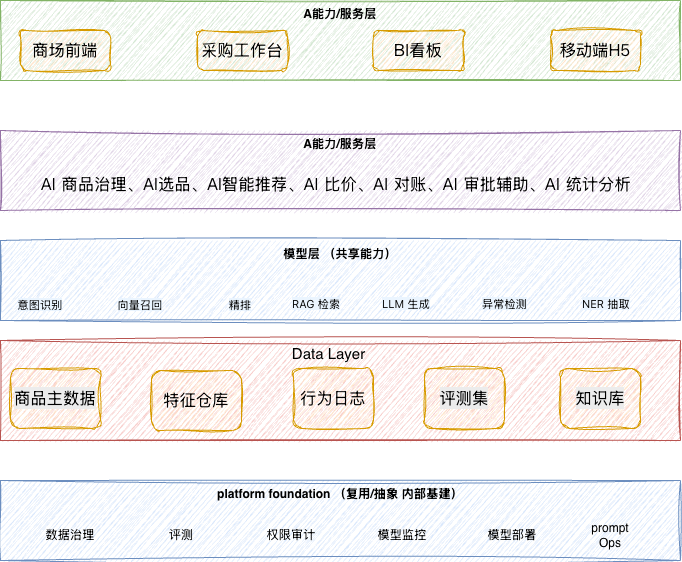
Before: 保利-AI 专项总体蓝图.drawio.png, a diagram exported from draw.io (China-li-bai/draw). Source tidied: cells renumbered, new cells last; positions are measured from the earlier drawing's top-left corner, leaving out a move shared by most shapes.
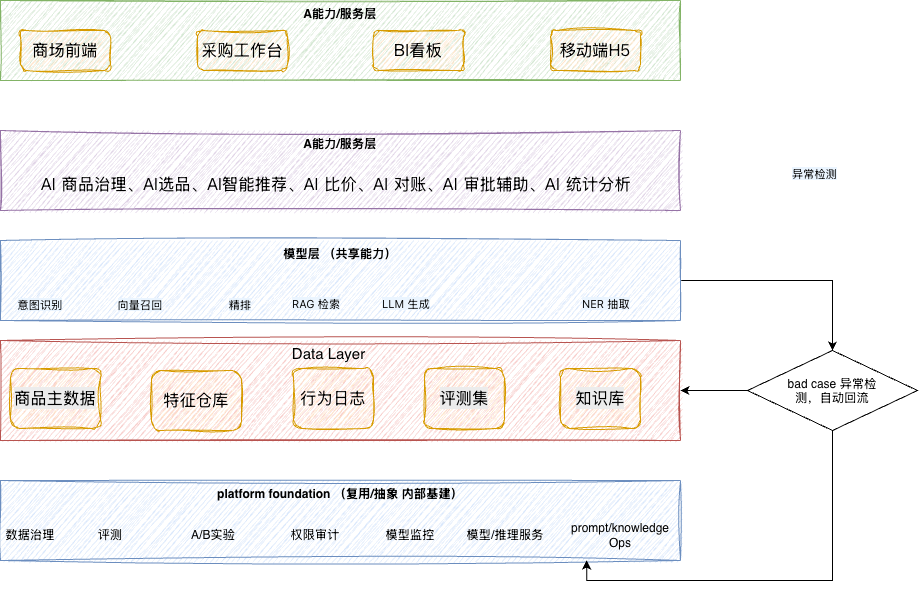
Above is the later version.

Commit message:
更新保利-AI 专项总体蓝图.drawio.png

Change to the diagram source:
```diff
@@ -18,19 +18,19 @@
       <mxGeometry y="480" width="680" height="80" as="geometry" />
     </mxCell>
     <mxCell id="7" value="数据治理&lt;span style=&quot;color: rgba(0, 0, 0, 0); font-family: monospace; font-size: 0px; text-align: start; white-space: nowrap;&quot;&gt;%3CmxGraphModel%3E%3Croot%3E%3CmxCell%20id%3D%220%22%2F%3E%3CmxCell%20id%3D%221%22%20parent%3D%220%22%2F%3E%3CmxCell%20id%3D%222%22%20parent%3D%221%22%20style%3D%22rounded%3D1%3BwhiteSpace%3Dwrap%3Bhtml%3D1%3B%22%20value%3D%22%22%20vertex%3D%221%22%3E%3CmxGeometry%20height%3D%2260%22%20width%3D%22120%22%20x%3D%22110%22%20y%3D%22720%22%20as%3D%22geometry%22%2F%3E%3C%2FmxCell%3E%3C%2Froot%3E%3C%2FmxGraphModel%3E&lt;/span&gt;" style="text;html=1;whiteSpace=wrap;strokeColor=none;fillColor=none;align=center;verticalAlign=middle;rounded=0;" parent="1" vertex="1">
-      <mxGeometry x="40" y="520" width="60" height="30" as="geometry" />
+      <mxGeometry y="520" width="60" height="30" as="geometry" />
     </mxCell>
     <mxCell id="8" value="评测" style="text;html=1;whiteSpace=wrap;strokeColor=none;fillColor=none;align=center;verticalAlign=middle;rounded=0;" parent="1" vertex="1">
-      <mxGeometry x="151" y="520" width="60" height="30" as="geometry" />
+      <mxGeometry x="80" y="520" width="60" height="30" as="geometry" />
     </mxCell>
     <mxCell id="9" value="权限审计" style="text;html=1;whiteSpace=wrap;strokeColor=none;fillColor=none;align=center;verticalAlign=middle;rounded=0;" parent="1" vertex="1">
-      <mxGeometry x="261" y="520" width="60" height="30" as="geometry" />
+      <mxGeometry x="285" y="520" width="60" height="30" as="geometry" />
     </mxCell>
     <mxCell id="10" value="模型监控" style="text;html=1;whiteSpace=wrap;strokeColor=none;fillColor=none;align=center;verticalAlign=middle;rounded=0;" parent="1" vertex="1">
-      <mxGeometry x="372" y="520" width="60" height="30" as="geometry" />
+      <mxGeometry x="380" y="520" width="60" height="30" as="geometry" />
     </mxCell>
-    <mxCell id="11" value="模型部署" style="text;html=1;whiteSpace=wrap;strokeColor=none;fillColor=none;align=center;verticalAlign=middle;rounded=0;" parent="1" vertex="1">
-      <mxGeometry x="482" y="520" width="60" height="30" as="geometry" />
+    <mxCell id="11" value="模型/推理服务" style="text;html=1;whiteSpace=wrap;strokeColor=none;fillColor=none;align=center;verticalAlign=middle;rounded=0;" parent="1" vertex="1">
+      <mxGeometry x="460" y="520" width="90" height="30" as="geometry" />
     </mxCell>
     <mxCell id="12" value="&lt;meta charset=&quot;utf-8&quot;&gt;&lt;span style=&quot;color: rgb(0, 0, 0); font-family: 宋体; font-size: 16px; font-style: normal; font-variant-ligatures: normal; font-variant-caps: normal; font-weight: 400; letter-spacing: normal; orphans: 2; text-align: justify; text-indent: 32px; text-transform: none; widows: 2; word-spacing: 0px; -webkit-text-stroke-width: 0px; white-space: normal; background-color: rgb(236, 236, 236); text-decoration-thickness: initial; text-decoration-style: initial; text-decoration-color: initial; display: inline !important; float: none;&quot;&gt;评测集&lt;/span&gt;" style="rounded=1;whiteSpace=wrap;html=1;fillColor=#ffe6cc;strokeColor=#d79b00;sketch=1;curveFitting=1;jiggle=2;" parent="1" vertex="1">
       <mxGeometry x="424" y="368" width="80" height="60" as="geometry" />
@@ -38,12 +38,15 @@
     <mxCell id="13" value="&lt;span style=&quot;color: rgb(0, 0, 0); font-family: 宋体; font-size: 16px; font-style: normal; font-variant-ligatures: normal; font-variant-caps: normal; font-weight: 400; letter-spacing: normal; orphans: 2; text-align: justify; text-indent: 32px; text-transform: none; widows: 2; word-spacing: 0px; -webkit-text-stroke-width: 0px; white-space: normal; background-color: rgb(236, 236, 236); text-decoration-thickness: initial; text-decoration-style: initial; text-decoration-color: initial; float: none; display: inline !important;&quot;&gt;知识库&lt;/span&gt;" style="rounded=1;whiteSpace=wrap;html=1;fillColor=#ffe6cc;strokeColor=#d79b00;sketch=1;curveFitting=1;jiggle=2;" parent="1" vertex="1">
       <mxGeometry x="560" y="368" width="80" height="60" as="geometry" />
     </mxCell>
-    <mxCell id="14" value="prompt Ops" style="text;html=1;whiteSpace=wrap;strokeColor=none;fillColor=none;align=center;verticalAlign=middle;rounded=0;" parent="1" vertex="1">
-      <mxGeometry x="580" y="520" width="60" height="30" as="geometry" />
+    <mxCell id="14" value="prompt/knowledge Ops" style="text;html=1;whiteSpace=wrap;strokeColor=none;fillColor=none;align=center;verticalAlign=middle;rounded=0;" parent="1" vertex="1">
+      <mxGeometry x="560" y="520" width="120" height="30" as="geometry" />
     </mxCell>
     <mxCell id="15" value="&lt;font style=&quot;font-size: 15px;&quot;&gt;Data Layer&lt;/font&gt;" style="text;html=1;whiteSpace=wrap;strokeColor=none;fillColor=none;align=center;verticalAlign=middle;rounded=0;" parent="1" vertex="1">
       <mxGeometry x="257.5" y="338" width="141" height="30" as="geometry" />
     </mxCell>
+    <mxCell id="31" style="edgeStyle=orthogonalEdgeStyle;rounded=0;jettySize=auto;html=1;entryX=0.5;entryY=0;entryDx=0;entryDy=0;" parent="1" edge="1" source="16" target="34">
+      <mxGeometry relative="1" as="geometry" />
+    </mxCell>
     <mxCell id="16" value="模型层 （共享能力）" style="rounded=0;whiteSpace=wrap;html=1;verticalAlign=top;fontStyle=1;sketch=1;curveFitting=1;jiggle=2;fillColor=#dae8fc;strokeColor=#6c8ebf;" parent="1" vertex="1">
       <mxGeometry y="240" width="680" height="80" as="geometry" />
     </mxCell>
@@ -60,7 +63,7 @@
       <mxGeometry x="580" y="290" width="100" height="40" as="geometry" />
     </mxCell>
     <mxCell id="21" value="&lt;span style=&quot;color: rgb(13, 13, 13); font-family: -apple-system, &amp;quot;system-ui&amp;quot;, &amp;quot;PingFang SC&amp;quot;, &amp;quot;Hiragino Sans GB&amp;quot;, &amp;quot;Hiragino Sans&amp;quot;, &amp;quot;SF Pro Text&amp;quot;, system-ui, &amp;quot;Noto Sans SC&amp;quot;, &amp;quot;Helvetica Neue&amp;quot;, Helvetica, Arial, sans-serif; font-style: normal; font-variant-ligatures: normal; font-variant-caps: normal; letter-spacing: normal; orphans: 2; text-align: start; text-indent: 0px; text-transform: none; widows: 2; word-spacing: 0px; -webkit-text-stroke-width: 0px; white-space: pre-line; background-color: rgb(235, 245, 255); text-decoration-thickness: initial; text-decoration-style: initial; text-decoration-color: initial; float: none; display: inline !important;&quot;&gt;异常检测&lt;/span&gt;" style="text;whiteSpace=wrap;html=1;fontStyle=0;fontSize=11;" parent="1" vertex="1">
-      <mxGeometry x="480" y="290" width="100" height="40" as="geometry" />
+      <mxGeometry x="790" y="160" width="100" height="40" as="geometry" />
     </mxCell>
     <mxCell id="22" value="&lt;span style=&quot;color: rgb(13, 13, 13); font-family: -apple-system, &amp;quot;system-ui&amp;quot;, &amp;quot;PingFang SC&amp;quot;, &amp;quot;Hiragino Sans GB&amp;quot;, &amp;quot;Hiragino Sans&amp;quot;, &amp;quot;SF Pro Text&amp;quot;, system-ui, &amp;quot;Noto Sans SC&amp;quot;, &amp;quot;Helvetica Neue&amp;quot;, Helvetica, Arial, sans-serif; font-style: normal; font-variant-ligatures: normal; font-variant-caps: normal; letter-spacing: normal; orphans: 2; text-align: start; text-indent: 0px; text-transform: none; widows: 2; word-spacing: 0px; -webkit-text-stroke-width: 0px; white-space: pre-line; background-color: rgb(235, 245, 255); text-decoration-thickness: initial; text-decoration-style: initial; text-decoration-color: initial; float: none; display: inline !important;&quot;&gt;LLM&amp;nbsp;生成&lt;/span&gt;" style="text;whiteSpace=wrap;html=1;fontStyle=0;fontSize=11;" parent="1" vertex="1">
       <mxGeometry x="380" y="290" width="100" height="40" as="geometry" />
@@ -89,5 +92,22 @@
     <mxCell id="30" value="&lt;font face=&quot;宋体&quot;&gt;&lt;span style=&quot;font-size: 16px;&quot;&gt;BI看板&lt;/span&gt;&lt;/font&gt;" style="rounded=1;whiteSpace=wrap;html=1;fillColor=#ffe6cc;strokeColor=#d79b00;sketch=1;curveFitting=1;jiggle=2;" parent="1" vertex="1">
       <mxGeometry x="373" y="30" width="90" height="40" as="geometry" />
     </mxCell>
+    <mxCell id="32" style="edgeStyle=orthogonalEdgeStyle;rounded=0;jettySize=auto;html=1;" parent="1" edge="1" source="34" target="2">
+      <mxGeometry relative="1" as="geometry" />
+    </mxCell>
+    <mxCell id="33" style="edgeStyle=orthogonalEdgeStyle;rounded=0;jettySize=auto;html=1;curved=0;entryX=0.862;entryY=1;entryDx=0;entryDy=0;entryPerimeter=0;" parent="1" edge="1" source="34" target="6">
+      <mxGeometry relative="1" as="geometry">
+        <Array as="points">
+          <mxPoint x="832" y="580" />
+          <mxPoint x="586.2" y="580" />
+        </Array>
+      </mxGeometry>
+    </mxCell>
+    <mxCell id="34" value="bad case 异常检测，自动回流" style="rhombus;whiteSpace=wrap;html=1;shapeInside=1;" parent="1" vertex="1">
+      <mxGeometry x="747" y="350" width="170" height="80" as="geometry" />
+    </mxCell>
+    <mxCell id="35" value="A/B实验" style="text;html=1;whiteSpace=wrap;strokeColor=none;fillColor=none;align=center;verticalAlign=middle;rounded=0;" parent="1" vertex="1">
+      <mxGeometry x="183" y="520" width="60" height="30" as="geometry" />
+    </mxCell>
   </root>
 </mxGraphModel>
```
